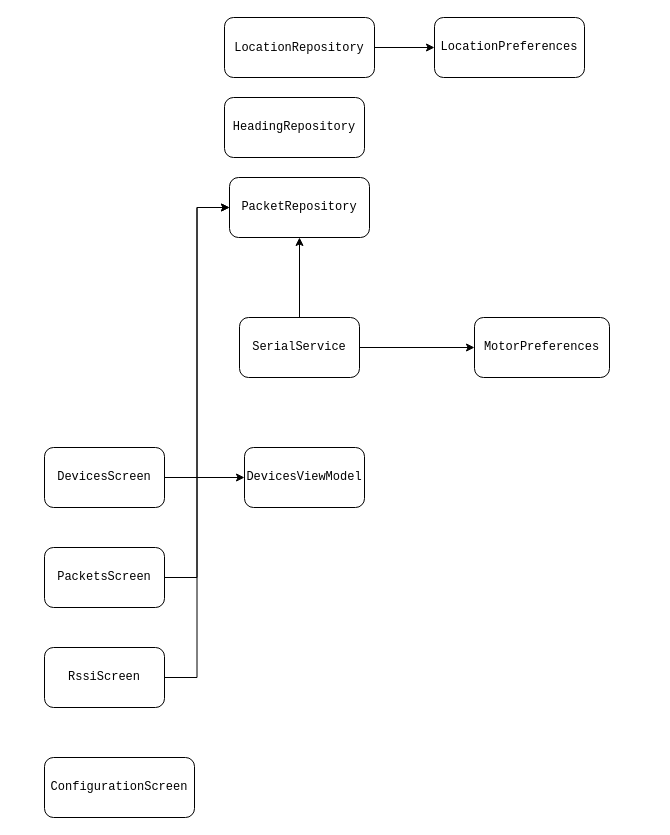
This is Untitled Diagram.drawio from dknelson9876/BleReceiverDiagram, a draw.io file, before an edit. Source tidied: cells renumbered, new cells numbered last; positions are measured from the earlier drawing's top-left corner, leaving out a move shared by most shapes. Both pictures are drawn from the tidied source at 100%, with x=0, y=0 at pixel (44, 17).
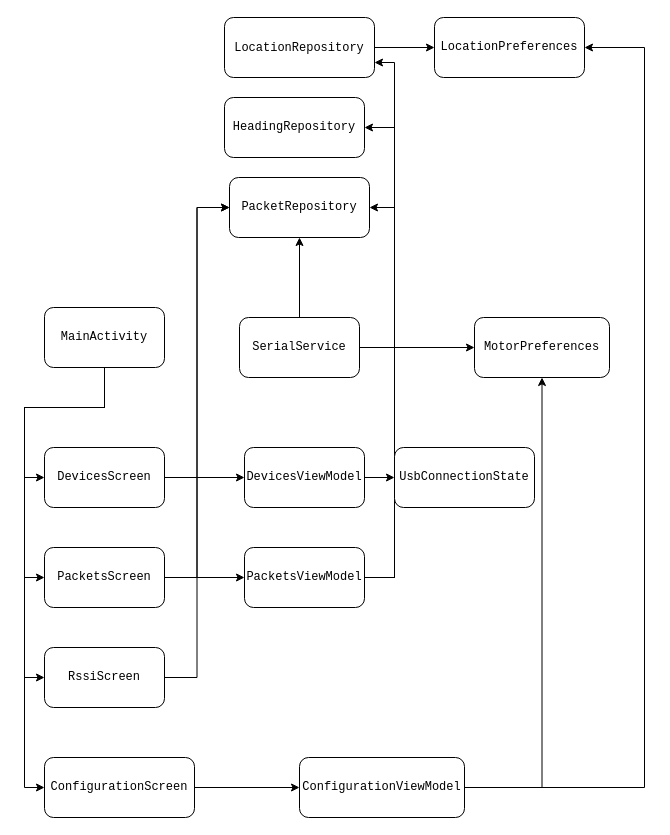
The same page after the edit.

The change refers to these unchanged cells:
```xml
<mxCell id="3" value="&lt;font face=&quot;Courier New&quot;&gt;LocationRepository&lt;/font&gt;" style="rounded=1;whiteSpace=wrap;html=1;" parent="1" vertex="1">
  <mxGeometry x="180" width="150" height="60" as="geometry" />
</mxCell>
<mxCell id="4" value="HeadingRepository" style="rounded=1;whiteSpace=wrap;html=1;fontFamily=Courier New;" parent="1" vertex="1">
  <mxGeometry x="180" y="80" width="140" height="60" as="geometry" />
</mxCell>
<mxCell id="5" value="PacketRepository" style="rounded=1;whiteSpace=wrap;html=1;fontFamily=Courier New;" parent="1" vertex="1">
  <mxGeometry x="185" y="160" width="140" height="60" as="geometry" />
</mxCell>
<mxCell id="6" value="LocationPreferences" style="rounded=1;whiteSpace=wrap;html=1;fontFamily=Courier New;" parent="1" vertex="1">
  <mxGeometry x="390" width="150" height="60" as="geometry" />
</mxCell>
<mxCell id="8" value="DevicesScreen" style="rounded=1;whiteSpace=wrap;html=1;fontFamily=Courier New;" parent="1" vertex="1">
  <mxGeometry y="430" width="120" height="60" as="geometry" />
</mxCell>
<mxCell id="10" value="PacketsScreen" style="rounded=1;whiteSpace=wrap;html=1;fontFamily=Courier New;" parent="1" vertex="1">
  <mxGeometry y="530" width="120" height="60" as="geometry" />
</mxCell>
<mxCell id="12" value="RssiScreen" style="rounded=1;whiteSpace=wrap;html=1;fontFamily=Courier New;" parent="1" vertex="1">
  <mxGeometry y="630" width="120" height="60" as="geometry" />
</mxCell>
<mxCell id="13" value="ConfigurationScreen" style="rounded=1;whiteSpace=wrap;html=1;fontFamily=Courier New;" parent="1" vertex="1">
  <mxGeometry y="740" width="150" height="60" as="geometry" />
</mxCell>
<mxCell id="17" value="MotorPreferences" style="rounded=1;whiteSpace=wrap;html=1;fontFamily=Courier New;" parent="1" vertex="1">
  <mxGeometry x="430" y="300" width="135" height="60" as="geometry" />
</mxCell>
<mxCell id="18" value="DevicesViewModel" style="whiteSpace=wrap;html=1;fontFamily=Courier New;rounded=1;" parent="1" vertex="1">
  <mxGeometry x="200" y="430" width="120" height="60" as="geometry" />
</mxCell>
```

What changed in the source:
```diff
@@
+    <mxCell id="19" style="edgeStyle=orthogonalEdgeStyle;rounded=0;jettySize=auto;html=1;fontFamily=Courier New;" parent="1" edge="1" source="10" target="25">
+      <mxGeometry relative="1" as="geometry" />
+    </mxCell>
@@
+    <mxCell id="20" style="edgeStyle=orthogonalEdgeStyle;rounded=0;jettySize=auto;html=1;fontFamily=Courier New;" parent="1" edge="1" source="13" target="28">
+      <mxGeometry relative="1" as="geometry" />
+    </mxCell>
@@
+    <mxCell id="21" style="edgeStyle=orthogonalEdgeStyle;rounded=0;jettySize=auto;html=1;fontFamily=Courier New;" parent="1" edge="1" source="18" target="29">
+      <mxGeometry relative="1" as="geometry" />
+    </mxCell>
@@
+    <mxCell id="22" style="edgeStyle=orthogonalEdgeStyle;rounded=0;jettySize=auto;html=1;entryX=1;entryY=0.5;entryDx=0;entryDy=0;fontFamily=Courier New;" parent="1" edge="1" source="25" target="5">
+      <mxGeometry relative="1" as="geometry">
+        <Array as="points">
+          <mxPoint x="350" y="560" />
+          <mxPoint x="350" y="190" />
+        </Array>
+      </mxGeometry>
+    </mxCell>
+    <mxCell id="23" style="edgeStyle=orthogonalEdgeStyle;rounded=0;jettySize=auto;html=1;exitX=1;exitY=0.5;exitDx=0;exitDy=0;entryX=1;entryY=0.5;entryDx=0;entryDy=0;fontFamily=Courier New;" parent="1" edge="1" source="25" target="4">
+      <mxGeometry relative="1" as="geometry">
+        <Array as="points">
+          <mxPoint x="350" y="560" />
+          <mxPoint x="350" y="110" />
+        </Array>
+      </mxGeometry>
+    </mxCell>
+    <mxCell id="24" style="edgeStyle=orthogonalEdgeStyle;rounded=0;jettySize=auto;html=1;exitX=1;exitY=0.5;exitDx=0;exitDy=0;entryX=1;entryY=0.75;entryDx=0;entryDy=0;fontFamily=Courier New;" parent="1" edge="1" source="25" target="3">
+      <mxGeometry relative="1" as="geometry">
+        <Array as="points">
+          <mxPoint x="350" y="560" />
+          <mxPoint x="350" y="45" />
+        </Array>
+      </mxGeometry>
+    </mxCell>
+    <mxCell id="25" value="PacketsViewModel" style="whiteSpace=wrap;html=1;fontFamily=Courier New;rounded=1;" parent="1" vertex="1">
+      <mxGeometry x="200" y="530" width="120" height="60" as="geometry" />
+    </mxCell>
+    <mxCell id="26" style="edgeStyle=orthogonalEdgeStyle;rounded=0;jettySize=auto;html=1;exitX=1;exitY=0.5;exitDx=0;exitDy=0;entryX=0.5;entryY=1;entryDx=0;entryDy=0;fontFamily=Courier New;" parent="1" edge="1" source="28" target="17">
+      <mxGeometry relative="1" as="geometry" />
+    </mxCell>
+    <mxCell id="27" style="edgeStyle=orthogonalEdgeStyle;rounded=0;jettySize=auto;html=1;exitX=1;exitY=0.5;exitDx=0;exitDy=0;entryX=1;entryY=0.5;entryDx=0;entryDy=0;fontFamily=Courier New;" parent="1" edge="1" source="28" target="6">
+      <mxGeometry relative="1" as="geometry">
+        <Array as="points">
+          <mxPoint x="600" y="770" />
+          <mxPoint x="600" y="30" />
+        </Array>
+      </mxGeometry>
+    </mxCell>
+    <mxCell id="28" value="ConfigurationViewModel" style="rounded=1;whiteSpace=wrap;html=1;fontFamily=Courier New;" parent="1" vertex="1">
+      <mxGeometry x="255" y="740" width="165" height="60" as="geometry" />
+    </mxCell>
+    <mxCell id="29" value="UsbConnectionState" style="rounded=1;whiteSpace=wrap;html=1;fontFamily=Courier New;" parent="1" vertex="1">
+      <mxGeometry x="350" y="430" width="140" height="60" as="geometry" />
+    </mxCell>
+    <mxCell id="30" style="edgeStyle=orthogonalEdgeStyle;rounded=0;jettySize=auto;html=1;entryX=0;entryY=0.5;entryDx=0;entryDy=0;fontFamily=Courier New;" parent="1" edge="1" source="34" target="8">
+      <mxGeometry relative="1" as="geometry" />
+    </mxCell>
+    <mxCell id="31" style="edgeStyle=orthogonalEdgeStyle;rounded=0;jettySize=auto;html=1;entryX=0;entryY=0.5;entryDx=0;entryDy=0;fontFamily=Courier New;" parent="1" edge="1" source="34" target="10">
+      <mxGeometry relative="1" as="geometry">
+        <Array as="points">
+          <mxPoint x="60" y="390" />
+          <mxPoint x="-20" y="390" />
+          <mxPoint x="-20" y="560" />
+        </Array>
+      </mxGeometry>
+    </mxCell>
+    <mxCell id="32" style="edgeStyle=orthogonalEdgeStyle;rounded=0;jettySize=auto;html=1;entryX=0;entryY=0.5;entryDx=0;entryDy=0;fontFamily=Courier New;" parent="1" edge="1" source="34" target="12">
+      <mxGeometry relative="1" as="geometry">
+        <Array as="points">
+          <mxPoint x="60" y="390" />
+          <mxPoint x="-20" y="390" />
+          <mxPoint x="-20" y="660" />
+        </Array>
+      </mxGeometry>
+    </mxCell>
+    <mxCell id="33" style="edgeStyle=orthogonalEdgeStyle;rounded=0;jettySize=auto;html=1;exitX=0.5;exitY=1;exitDx=0;exitDy=0;entryX=0;entryY=0.5;entryDx=0;entryDy=0;fontFamily=Courier New;" parent="1" edge="1" source="34" target="13">
+      <mxGeometry relative="1" as="geometry">
+        <Array as="points">
+          <mxPoint x="60" y="390" />
+          <mxPoint x="-20" y="390" />
+          <mxPoint x="-20" y="770" />
+        </Array>
+      </mxGeometry>
+    </mxCell>
+    <mxCell id="34" value="MainActivity" style="rounded=1;whiteSpace=wrap;html=1;fontFamily=Courier New;" parent="1" vertex="1">
+      <mxGeometry y="290" width="120" height="60" as="geometry" />
+    </mxCell>
```
